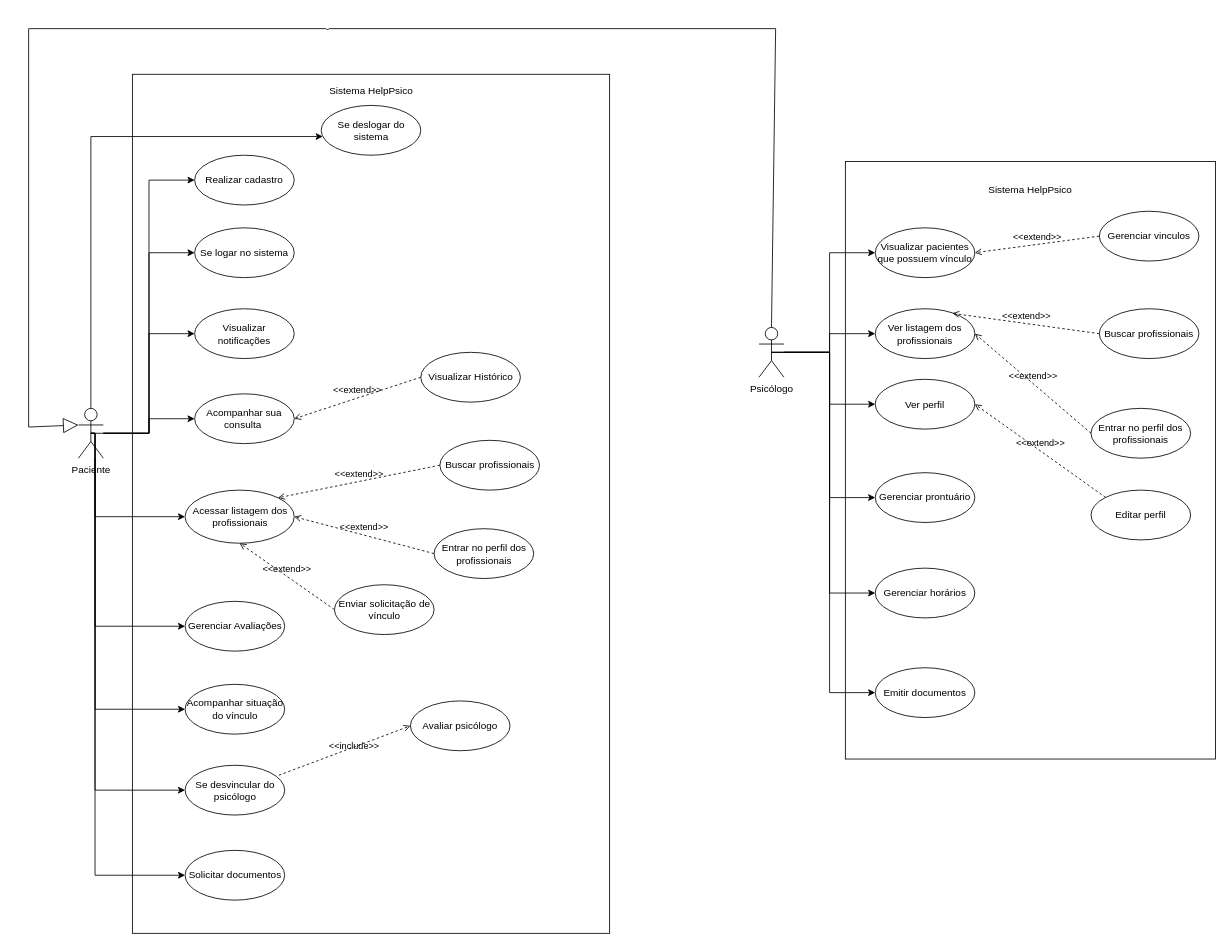
Before: Diagrama de caso de uso.drawio in LiraTecnologic/helppsico-documentacao, a draw.io diagram. Source tidied: cells renumbered, new cells numbered last; positions are measured from the earlier drawing's top-left corner, leaving out a move shared by most shapes. Both pictures are drawn from the tidied source at 83%, with x=0, y=0 at pixel (28, 28).
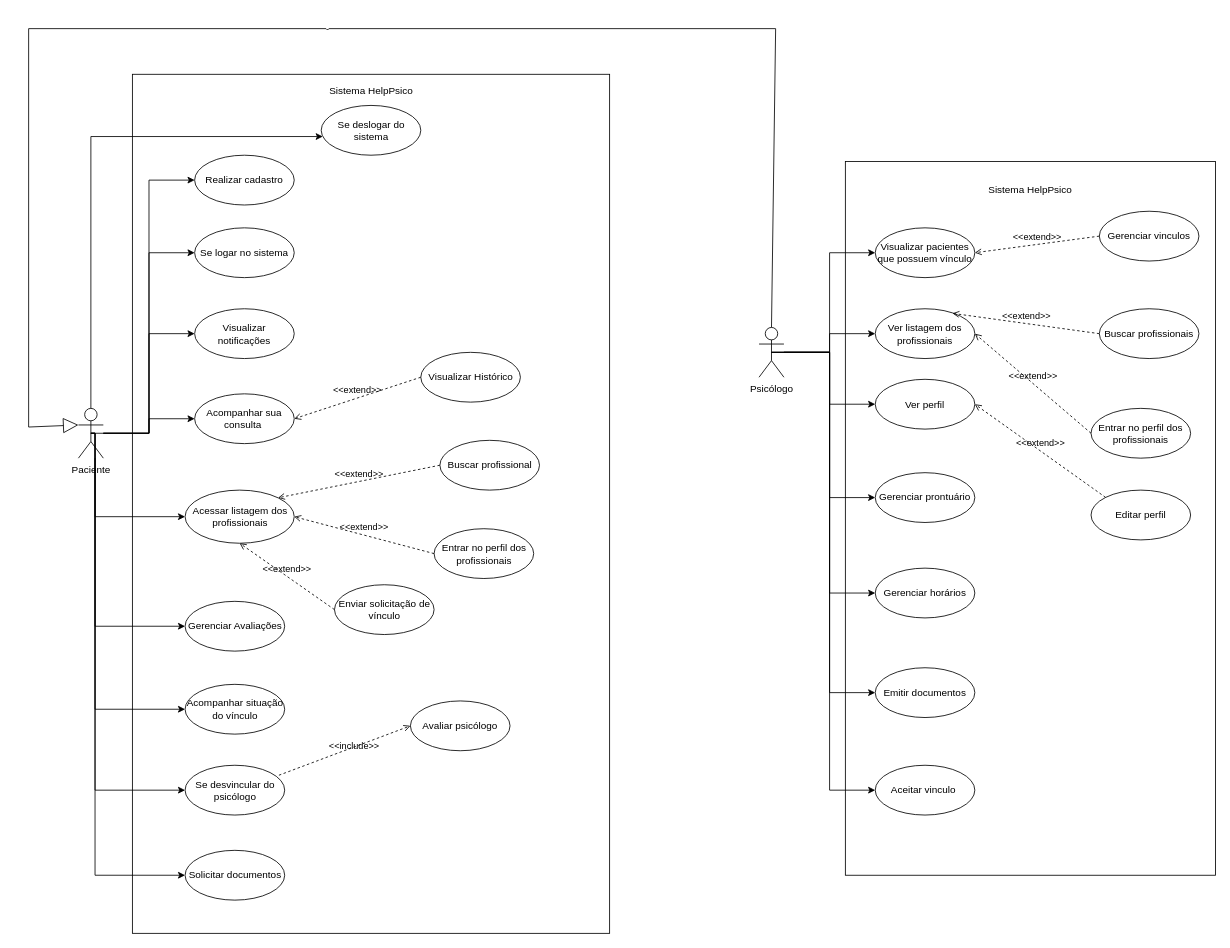
The same diagram, later.

Commit message (it also covers changes not shown here):
#DTR02:docs/Continuando os diagrama de sequências do paciente, falta apenas solicitação de documentos

The change refers to these unchanged cells:
```xml
<mxCell id="16" value="Psicólogo" style="shape=umlActor;verticalLabelPosition=bottom;verticalAlign=top;html=1;outlineConnect=0;" parent="1" vertex="1">
  <mxGeometry x="880" y="360" width="30" height="60" as="geometry" />
</mxCell>
```

What changed in the source:
```diff
@@
     <mxCell id="12" style="rounded=0;whiteSpace=wrap;html=1;" parent="1" vertex="1">
-      <mxGeometry x="984" y="160" width="446" height="720" as="geometry" />
+      <mxGeometry x="984" y="160" width="446" height="860" as="geometry" />
     </mxCell>
@@
-    <mxCell id="25" value="Buscar profissionais" style="ellipse;whiteSpace=wrap;html=1;" parent="1" vertex="1">
+    <mxCell id="25" value="Buscar profissional" style="ellipse;whiteSpace=wrap;html=1;" parent="1" vertex="1">
       <mxGeometry x="495.5" y="496" width="120" height="60" as="geometry" />
     </mxCell>
@@
+    <mxCell id="59" value="Aceitar vinculo&amp;nbsp;" style="ellipse;whiteSpace=wrap;html=1;" parent="1" vertex="1">
+      <mxGeometry x="1020" y="887.5" width="120" height="60" as="geometry" />
+    </mxCell>
+    <mxCell id="60" style="edgeStyle=orthogonalEdgeStyle;rounded=0;jettySize=auto;html=1;entryX=0;entryY=0.5;entryDx=0;entryDy=0;exitX=0.5;exitY=0.5;exitDx=0;exitDy=0;exitPerimeter=0;" parent="1" edge="1" source="16" target="59">
+      <mxGeometry relative="1" as="geometry" />
+    </mxCell>
```
